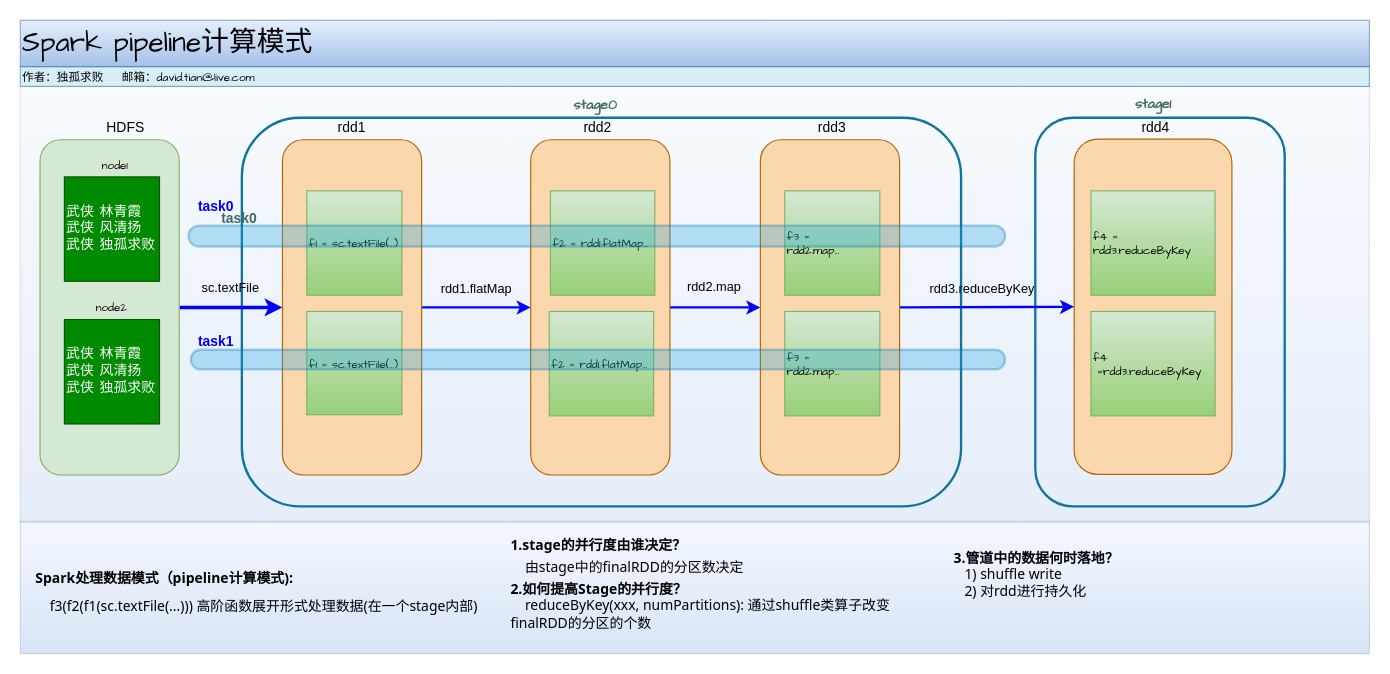
dvtn/docs keeps this draw.io diagram as spark/architecture/Spark pipeline计算模式.drawio. Above is the earlier version. Source tidied: cells renumbered, new cells numbered last; positions are measured from the earlier drawing's top-left corner, leaving out a move shared by most shapes. Both pictures are drawn from the tidied source at 116%, with x=0, y=0 at pixel (20, 20).
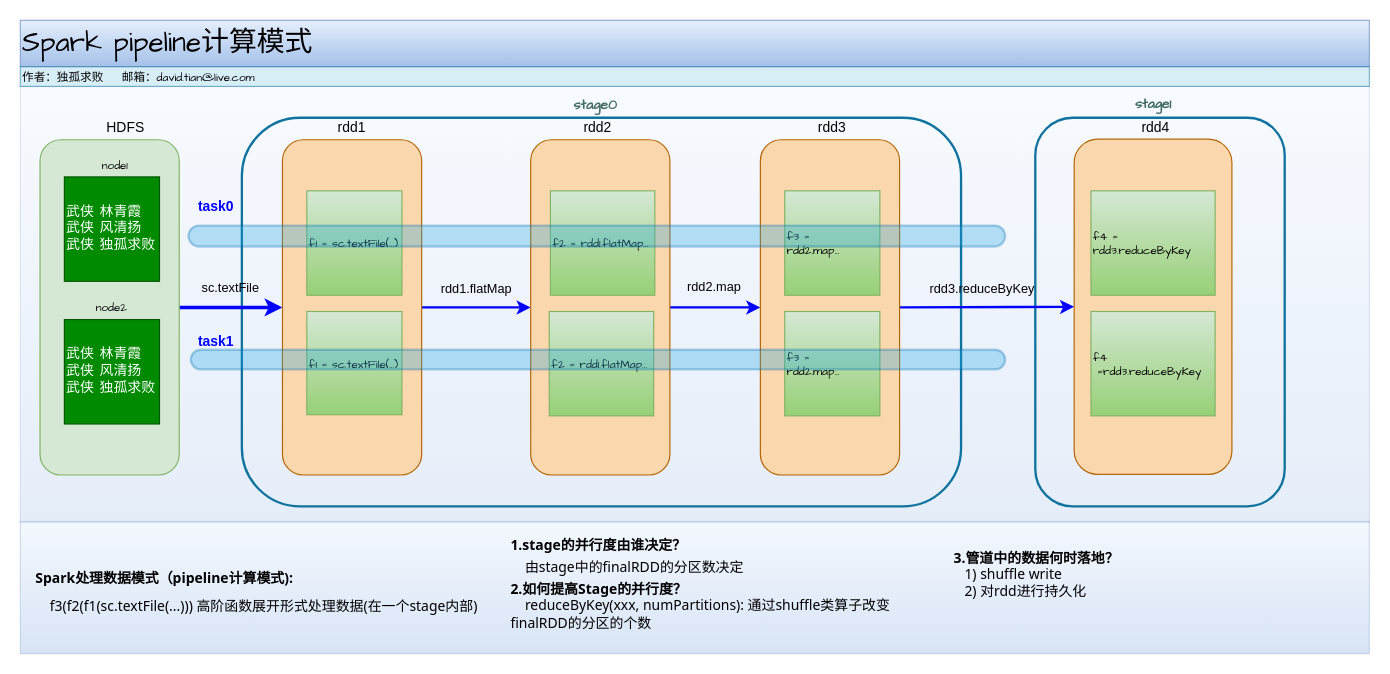
The same diagram, later.

What changed in the source:
```diff
@@
-    <mxCell id="41" value="task0" style="text;html=1;strokeColor=none;fillColor=none;align=center;verticalAlign=middle;whiteSpace=wrap;rounded=0;fontSize=12;fontColor=#406B63;opacity=30;fontStyle=1;" parent="1" vertex="1">
-      <mxGeometry x="169" y="161" width="40" height="20" as="geometry" />
-    </mxCell>
```
